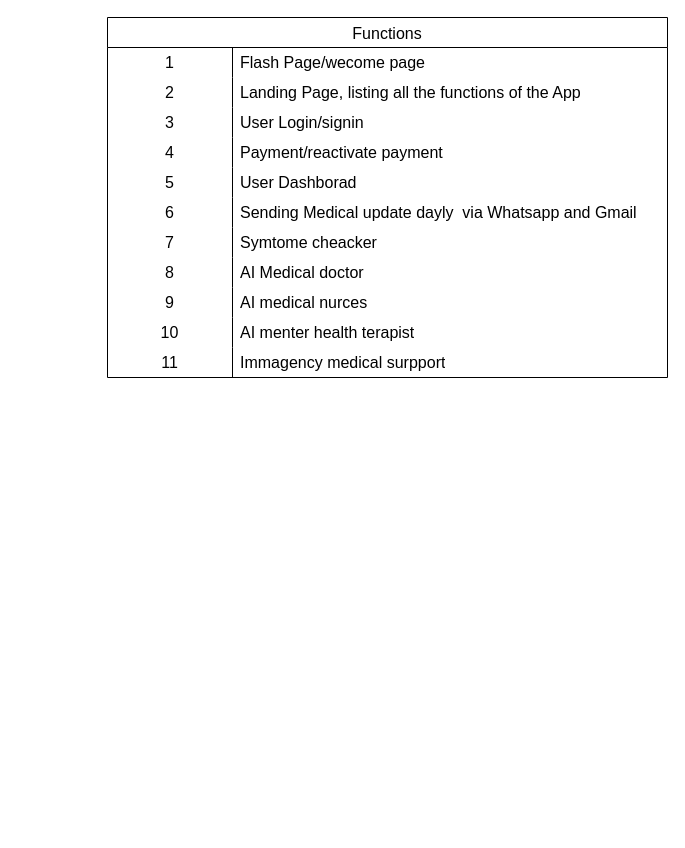
Matthew-ai1223/dedoc keeps this draw.io diagram as Architecture_Drawing/functions.dio. Above is the earlier version. Source tidied: cells renumbered, new cells numbered last; positions are measured from the earlier drawing's top-left corner, leaving out a move shared by most shapes. Both pictures are drawn from the tidied source at 100%, with x=0, y=0 at pixel (107, 17).
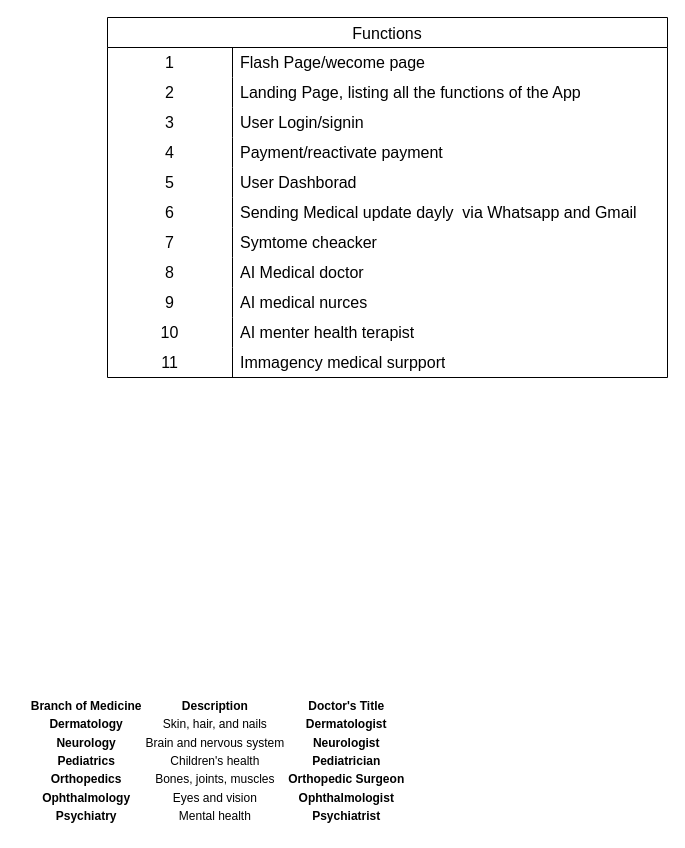
Above is the later version.

What changed in the source:
```diff
@@
+    <mxCell id="36" value="&lt;table&gt;&lt;br/&gt;&lt;thead&gt;&lt;br/&gt;&lt;tr&gt;&lt;br/&gt;&lt;th&gt;Branch of Medicine&lt;/th&gt;&lt;br/&gt;&lt;th&gt;Description&lt;/th&gt;&lt;br/&gt;&lt;th&gt;Doctor's Title&lt;/th&gt;&lt;br/&gt;&lt;/tr&gt;&lt;br/&gt;&lt;/thead&gt;&lt;br/&gt;&lt;tbody&gt;&lt;br/&gt;&lt;tr&gt;&lt;br/&gt;&lt;td&gt;&lt;strong&gt;Dermatology&lt;/strong&gt;&lt;/td&gt;&lt;br/&gt;&lt;td&gt;Skin, hair, and nails&lt;/td&gt;&lt;br/&gt;&lt;td&gt;&lt;strong&gt;Dermatologist&lt;/strong&gt;&lt;/td&gt;&lt;br/&gt;&lt;/tr&gt;&lt;br/&gt;&lt;tr&gt;&lt;br/&gt;&lt;td&gt;&lt;strong&gt;Neurology&lt;/strong&gt;&lt;/td&gt;&lt;br/&gt;&lt;td&gt;Brain and nervous system&lt;/td&gt;&lt;br/&gt;&lt;td&gt;&lt;strong&gt;Neurologist&lt;/strong&gt;&lt;/td&gt;&lt;br/&gt;&lt;/tr&gt;&lt;br/&gt;&lt;tr&gt;&lt;br/&gt;&lt;td&gt;&lt;strong&gt;Pediatrics&lt;/strong&gt;&lt;/td&gt;&lt;br/&gt;&lt;td&gt;Children's health&lt;/td&gt;&lt;br/&gt;&lt;td&gt;&lt;strong&gt;Pediatrician&lt;/strong&gt;&lt;/td&gt;&lt;br/&gt;&lt;/tr&gt;&lt;br/&gt;&lt;tr&gt;&lt;br/&gt;&lt;td&gt;&lt;strong&gt;Orthopedics&lt;/strong&gt;&lt;/td&gt;&lt;br/&gt;&lt;td&gt;Bones, joints, muscles&lt;/td&gt;&lt;br/&gt;&lt;td&gt;&lt;strong&gt;Orthopedic Surgeon&lt;/strong&gt;&lt;/td&gt;&lt;br/&gt;&lt;/tr&gt;&lt;br/&gt;&lt;tr&gt;&lt;br/&gt;&lt;td&gt;&lt;strong&gt;Ophthalmology&lt;/strong&gt;&lt;/td&gt;&lt;br/&gt;&lt;td&gt;Eyes and vision&lt;/td&gt;&lt;br/&gt;&lt;td&gt;&lt;strong&gt;Ophthalmologist&lt;/strong&gt;&lt;/td&gt;&lt;br/&gt;&lt;/tr&gt;&lt;br/&gt;&lt;tr&gt;&lt;br/&gt;&lt;td&gt;&lt;strong&gt;Psychiatry&lt;/strong&gt;&lt;/td&gt;&lt;br/&gt;&lt;td&gt;Mental health&lt;/td&gt;&lt;br/&gt;&lt;td&gt;&lt;strong&gt;Psychiatrist&lt;/strong&gt;&lt;/td&gt;&lt;br/&gt;&lt;/tr&gt;&lt;br/&gt;&lt;/tbody&gt;&lt;/table&gt;" style="text;html=1;align=center;verticalAlign=middle;strokeColor=none;fillColor=none;" parent="1" vertex="1">
+      <mxGeometry x="-90" y="113" width="400" height="700" as="geometry" />
+    </mxCell>
```
